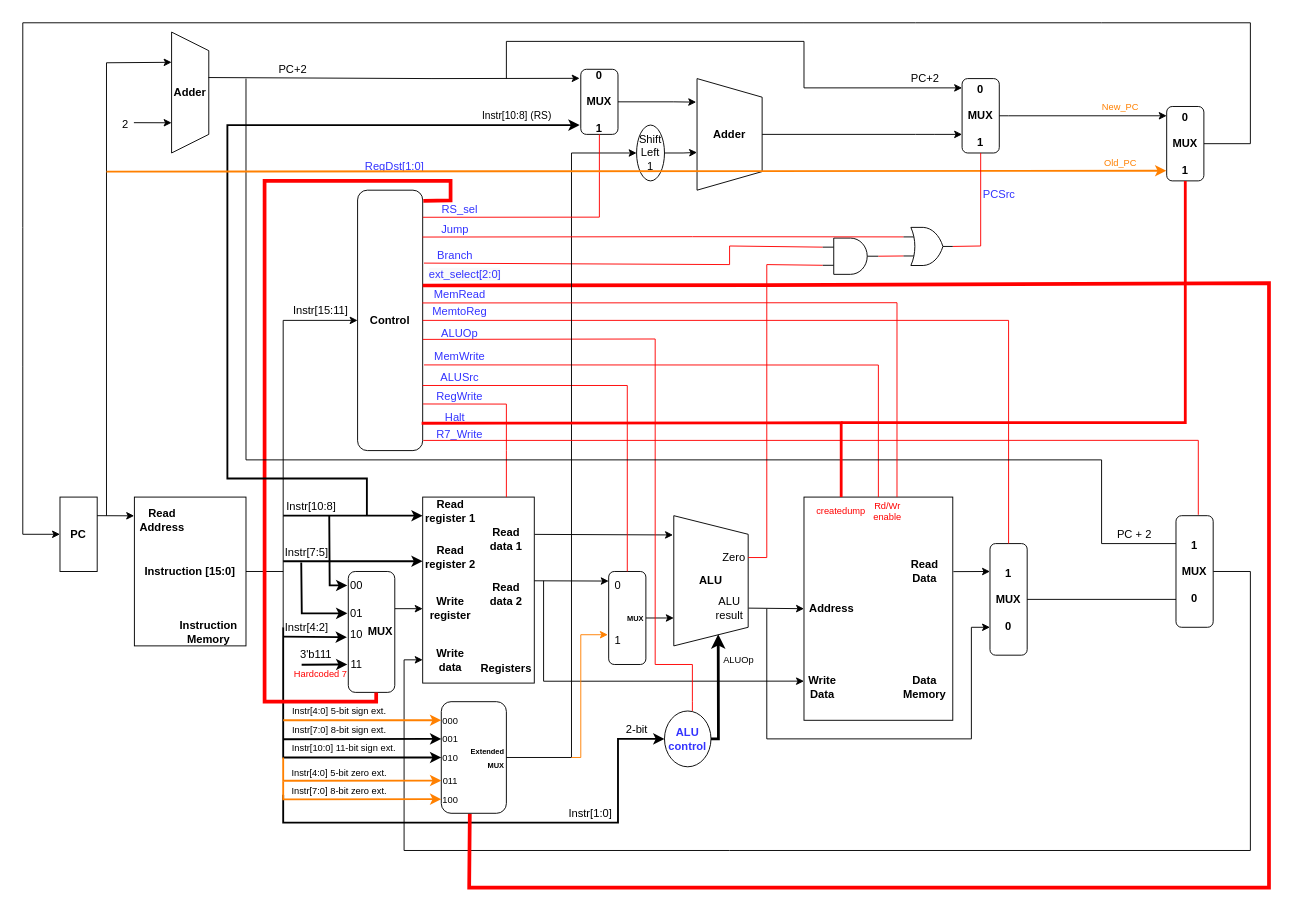
Before: WISC-SP22.drawio in joshmeiyb/ECE552, a draw.io diagram. Source tidied: cells renumbered, new cells numbered last; positions are measured from the earlier drawing's top-left corner, leaving out a move shared by most shapes. Both pictures are drawn from the tidied source at 93%, with x=0, y=0 at pixel (22, 22).
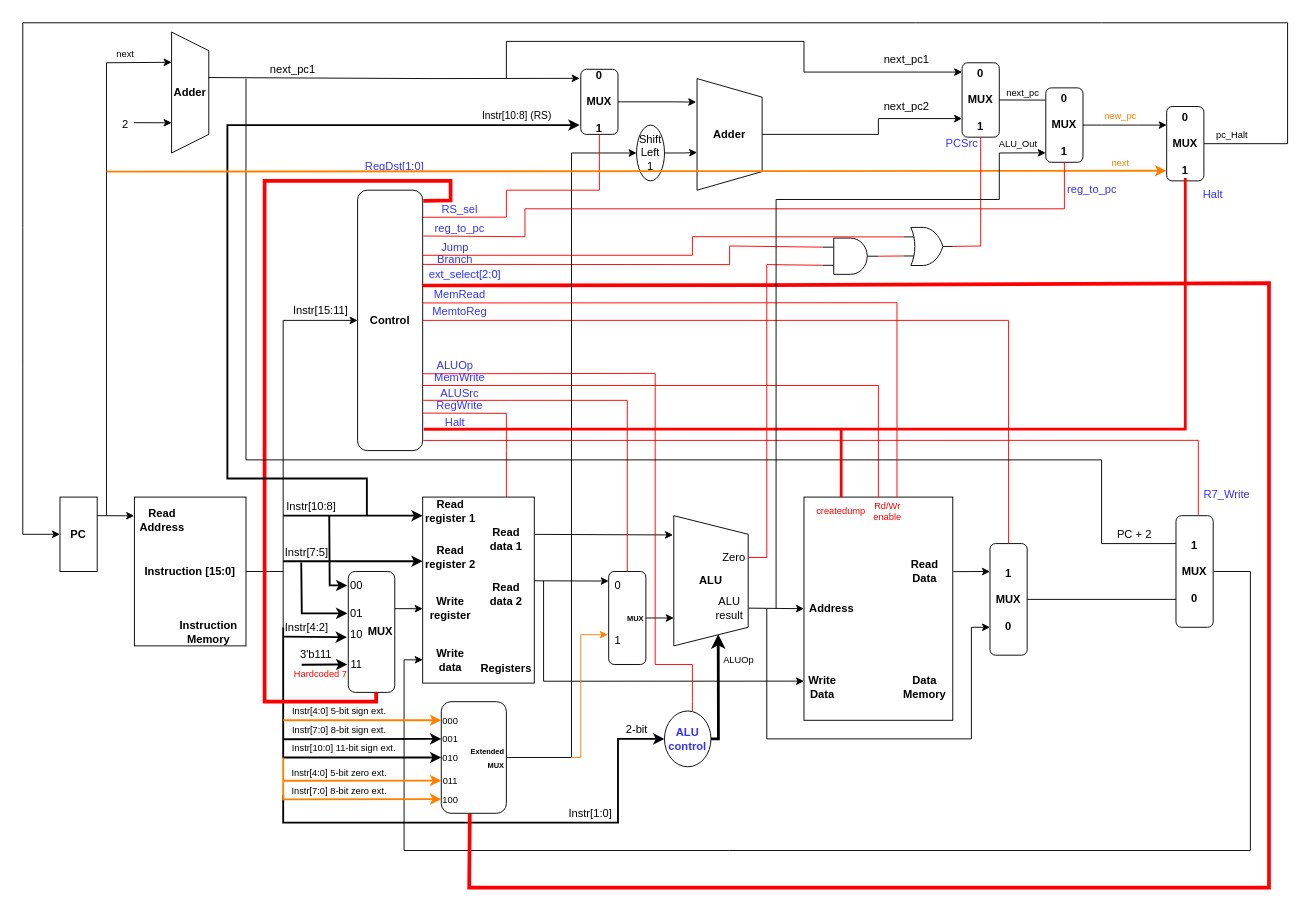
The same diagram, later.

The change refers to these unchanged cells:
```xml
<mxCell id="2" value="&lt;b&gt;PC&lt;/b&gt;" style="rounded=0;whiteSpace=wrap;html=1;" parent="1" vertex="1">
  <mxGeometry x="40" y="510" width="40" height="80" as="geometry" />
</mxCell>
<mxCell id="10" value="&lt;b&gt;Adder&lt;/b&gt;" style="shape=trapezoid;perimeter=trapezoidPerimeter;whiteSpace=wrap;html=1;fixedSize=1;direction=south;" parent="1" vertex="1">
  <mxGeometry x="725" y="60" width="70" height="120" as="geometry" />
</mxCell>
<mxCell id="13" style="rounded=0;whiteSpace=wrap;html=1;" parent="1" vertex="1">
  <mxGeometry x="430" y="510" width="120" height="200" as="geometry" />
</mxCell>
<mxCell id="34" value="&lt;div&gt;&lt;b&gt;&lt;font style=&quot;font-size: 8px&quot;&gt;MUX&lt;/font&gt;&lt;/b&gt;&lt;/div&gt;" style="rounded=1;whiteSpace=wrap;html=1;align=right;" parent="1" vertex="1">
  <mxGeometry x="630" y="590" width="40" height="100" as="geometry" />
</mxCell>
<mxCell id="38" style="rounded=0;whiteSpace=wrap;html=1;" parent="1" vertex="1">
  <mxGeometry x="840" y="510" width="160" height="240" as="geometry" />
</mxCell>
<mxCell id="64" style="verticalLabelPosition=bottom;shadow=0;dashed=0;align=center;html=1;verticalAlign=top;shape=mxgraph.electrical.logic_gates.logic_gate;operation=and;" parent="1" vertex="1">
  <mxGeometry x="860" y="231.5" width="60" height="39" as="geometry" />
</mxCell>
<mxCell id="67" value="&lt;b&gt;Control&lt;/b&gt;" style="rounded=1;whiteSpace=wrap;html=1;" parent="1" vertex="1">
  <mxGeometry x="360" y="180" width="70" height="280" as="geometry" />
</mxCell>
<mxCell id="104" value="&lt;b&gt;0&lt;br&gt;&lt;br&gt;MUX&lt;br&gt;&lt;br&gt;1&lt;/b&gt;" style="rounded=1;whiteSpace=wrap;html=1;" parent="1" vertex="1">
  <mxGeometry x="600" y="50" width="40" height="70" as="geometry" />
</mxCell>
<mxCell id="132" value="&lt;b&gt;0&lt;br&gt;&lt;br&gt;MUX&lt;br&gt;&lt;br&gt;1&lt;/b&gt;" style="rounded=1;whiteSpace=wrap;html=1;" parent="1" vertex="1">
  <mxGeometry x="1230" y="90" width="40" height="80" as="geometry" />
</mxCell>
<mxCell id="143" style="verticalLabelPosition=bottom;shadow=0;dashed=0;align=center;html=1;verticalAlign=top;shape=mxgraph.electrical.logic_gates.logic_gate;operation=or;fontSize=10;fontColor=#000000;" parent="1" vertex="1">
  <mxGeometry x="947" y="220" width="53" height="41" as="geometry" />
</mxCell>
```

What changed in the source:
```diff
@@
     <mxCell id="27" value="&lt;b&gt;0&lt;br&gt;&lt;br&gt;MUX&lt;br&gt;&lt;br&gt;1&lt;/b&gt;" style="rounded=1;whiteSpace=wrap;html=1;" parent="1" vertex="1">
-      <mxGeometry x="1010" y="60" width="40" height="80" as="geometry" />
+      <mxGeometry x="1010" y="43" width="40" height="80" as="geometry" />
     </mxCell>
     <mxCell id="28" style="endArrow=classic;html=1;rounded=0;entryX=0;entryY=0.125;entryDx=0;entryDy=0;entryPerimeter=0;" parent="1" edge="1" target="27">
       <mxGeometry relative="1" as="geometry">
         <mxPoint x="520" y="60" as="sourcePoint" />
         <Array as="points">
           <mxPoint x="520" y="20" />
           <mxPoint x="840" y="20" />
-          <mxPoint x="840" y="70" />
+          <mxPoint x="840" y="53" />
         </Array>
       </mxGeometry>
     </mxCell>
     <mxCell id="29" style="endArrow=classic;html=1;rounded=0;entryX=0;entryY=0.5;entryDx=0;entryDy=0;exitX=1;exitY=0.5;exitDx=0;exitDy=0;" parent="1" edge="1" source="132" target="2">
       <mxGeometry relative="1" as="geometry">
         <Array as="points">
-          <mxPoint x="1320" y="130" />
-          <mxPoint x="1320" />
+          <mxPoint x="1360" y="130" />
+          <mxPoint x="1360" />
           <mxPoint x="1160" />
           <mxPoint x="960" />
           <mxPoint x="840" />
           <mxPoint />
           <mxPoint y="220" />
           <mxPoint y="370" />
           <mxPoint y="550" />
         </Array>
       </mxGeometry>
     </mxCell>
@@
-    <mxCell id="66" style="endArrow=none;html=1;rounded=0;strokeColor=#FF0000;entryX=0;entryY=0.25;entryDx=0;entryDy=0;entryPerimeter=0;exitX=1.02;exitY=0.28;exitDx=0;exitDy=0;exitPerimeter=0;" parent="1" edge="1" source="67" target="64">
+    <mxCell id="66" style="endArrow=none;html=1;rounded=0;strokeColor=#FF0000;entryX=0;entryY=0.25;entryDx=0;entryDy=0;entryPerimeter=0;exitX=0.999;exitY=0.285;exitDx=0;exitDy=0;exitPerimeter=0;" parent="1" edge="1" source="67" target="64">
       <mxGeometry relative="1" as="geometry">
         <Array as="points">
           <mxPoint x="760" y="260" />
           <mxPoint x="760" y="240" />
         </Array>
       </mxGeometry>
     </mxCell>
@@
     <mxCell id="68" value="&lt;font color=&quot;#3333ff&quot;&gt;Branch&lt;/font&gt;" style="text;html=1;strokeColor=none;fillColor=none;align=center;verticalAlign=middle;whiteSpace=wrap;rounded=0;" parent="1" vertex="1">
-      <mxGeometry x="435" y="241" width="60" height="20" as="geometry" />
+      <mxGeometry x="435" y="245" width="60" height="20" as="geometry" />
     </mxCell>
@@
     <mxCell id="70" value="&lt;font color=&quot;#3333ff&quot;&gt;ALUOp&lt;/font&gt;" style="text;html=1;strokeColor=none;fillColor=none;align=center;verticalAlign=middle;whiteSpace=wrap;rounded=0;" parent="1" vertex="1">
-      <mxGeometry x="440" y="319" width="60" height="30" as="geometry" />
+      <mxGeometry x="435" y="354" width="60" height="30" as="geometry" />
     </mxCell>
-    <mxCell id="71" style="endArrow=none;html=1;rounded=0;strokeColor=#FF0000;exitX=1.002;exitY=0.573;exitDx=0;exitDy=0;exitPerimeter=0;" parent="1" edge="1" source="67">
+    <mxCell id="71" style="endArrow=none;html=1;rounded=0;strokeColor=#FF0000;exitX=1.005;exitY=0.705;exitDx=0;exitDy=0;exitPerimeter=0;" parent="1" edge="1" source="67">
       <mxGeometry relative="1" as="geometry">
         <mxPoint x="720" y="740" as="targetPoint" />
         <Array as="points">
-          <mxPoint x="680" y="340" />
+          <mxPoint x="680" y="377" />
           <mxPoint x="680" y="690" />
           <mxPoint x="720" y="690" />
           <mxPoint x="720" y="730" />
         </Array>
       </mxGeometry>
     </mxCell>
     <mxCell id="72" value="&lt;font color=&quot;#3333ff&quot;&gt;MemWrite&lt;/font&gt;" style="text;html=1;strokeColor=none;fillColor=none;align=center;verticalAlign=middle;whiteSpace=wrap;rounded=0;" parent="1" vertex="1">
-      <mxGeometry x="440" y="344" width="60" height="30" as="geometry" />
+      <mxGeometry x="440" y="367" width="60" height="30" as="geometry" />
     </mxCell>
-    <mxCell id="73" style="endArrow=none;html=1;rounded=0;strokeColor=#FF0000;entryX=0.5;entryY=0;entryDx=0;entryDy=0;exitX=1.021;exitY=0.671;exitDx=0;exitDy=0;exitPerimeter=0;" parent="1" edge="1" source="67" target="38">
+    <mxCell id="73" style="endArrow=none;html=1;rounded=0;strokeColor=#FF0000;entryX=0.5;entryY=0;entryDx=0;entryDy=0;exitX=1;exitY=0.75;exitDx=0;exitDy=0;" parent="1" edge="1" source="67" target="38">
       <mxGeometry relative="1" as="geometry">
         <Array as="points">
-          <mxPoint x="920" y="368" />
+          <mxPoint x="920" y="390" />
         </Array>
       </mxGeometry>
     </mxCell>
     <mxCell id="74" value="&lt;font color=&quot;#3333ff&quot;&gt;ALUSrc&lt;/font&gt;" style="text;html=1;strokeColor=none;fillColor=none;align=center;verticalAlign=middle;whiteSpace=wrap;rounded=0;" parent="1" vertex="1">
-      <mxGeometry x="440" y="367" width="60" height="30" as="geometry" />
+      <mxGeometry x="440" y="384" width="60" height="30" as="geometry" />
     </mxCell>
-    <mxCell id="75" style="endArrow=none;html=1;rounded=0;strokeColor=#FF0000;exitX=1;exitY=0.75;exitDx=0;exitDy=0;entryX=0.5;entryY=0;entryDx=0;entryDy=0;strokeWidth=1;" parent="1" edge="1" source="67" target="34">
+    <mxCell id="75" style="endArrow=none;html=1;rounded=0;strokeColor=#FF0000;exitX=1.01;exitY=0.807;exitDx=0;exitDy=0;entryX=0.5;entryY=0;entryDx=0;entryDy=0;strokeWidth=1;exitPerimeter=0;" parent="1" edge="1" source="67" target="34">
       <mxGeometry relative="1" as="geometry">
         <Array as="points">
-          <mxPoint x="650" y="390" />
+          <mxPoint x="650" y="406" />
         </Array>
       </mxGeometry>
     </mxCell>
-    <mxCell id="76" style="endArrow=none;html=1;rounded=0;strokeColor=#FF0000;exitX=1.006;exitY=0.821;exitDx=0;exitDy=0;exitPerimeter=0;entryX=0.75;entryY=0;entryDx=0;entryDy=0;" parent="1" edge="1" source="67" target="13">
+    <mxCell id="76" style="endArrow=none;html=1;rounded=0;strokeColor=#FF0000;exitX=1.006;exitY=0.856;exitDx=0;exitDy=0;exitPerimeter=0;entryX=0.75;entryY=0;entryDx=0;entryDy=0;" parent="1" edge="1" source="67" target="13">
       <mxGeometry relative="1" as="geometry">
         <Array as="points">
-          <mxPoint x="520" y="410" />
+          <mxPoint x="520" y="420" />
           <mxPoint x="520" y="460" />
         </Array>
       </mxGeometry>
     </mxCell>
     <mxCell id="77" value="&lt;font color=&quot;#3333ff&quot;&gt;RegWrite&lt;/font&gt;" style="text;html=1;strokeColor=none;fillColor=none;align=center;verticalAlign=middle;whiteSpace=wrap;rounded=0;" parent="1" vertex="1">
-      <mxGeometry x="440" y="387" width="60" height="30" as="geometry" />
+      <mxGeometry x="440" y="397" width="60" height="30" as="geometry" />
     </mxCell>
@@
     <mxCell id="80" value="&lt;font color=&quot;#3333ff&quot;&gt;PCSrc&lt;/font&gt;" style="text;html=1;strokeColor=none;fillColor=none;align=center;verticalAlign=middle;whiteSpace=wrap;rounded=0;" parent="1" vertex="1">
-      <mxGeometry x="1020" y="170" width="60" height="30" as="geometry" />
+      <mxGeometry x="980" y="115" width="60" height="30" as="geometry" />
     </mxCell>
@@
     <mxCell id="89" value="&lt;font color=&quot;#3333ff&quot;&gt;Halt&lt;/font&gt;" style="text;html=1;strokeColor=none;fillColor=none;align=center;verticalAlign=middle;whiteSpace=wrap;rounded=0;" parent="1" vertex="1">
-      <mxGeometry x="435" y="410" width="60" height="30" as="geometry" />
+      <mxGeometry x="435" y="415" width="60" height="30" as="geometry" />
     </mxCell>
-    <mxCell id="90" style="endArrow=none;html=1;rounded=0;strokeColor=#000000;exitX=1;exitY=0.5;exitDx=0;exitDy=0;" parent="1" edge="1" source="27">
-      <mxGeometry relative="1" as="geometry">
-        <mxPoint x="1060" y="100" as="targetPoint" />
-      </mxGeometry>
-    </mxCell>
@@
     <mxCell id="102" value="&lt;font color=&quot;#3333ff&quot;&gt;R7_Write&lt;/font&gt;" style="text;html=1;strokeColor=none;fillColor=none;align=center;verticalAlign=middle;whiteSpace=wrap;rounded=0;" parent="1" vertex="1">
-      <mxGeometry x="440" y="430" width="60" height="26" as="geometry" />
+      <mxGeometry x="1265" y="494" width="60" height="26" as="geometry" />
     </mxCell>
@@
     <mxCell id="107" style="endArrow=none;html=1;rounded=0;fontColor=#000000;strokeColor=#FF0000;strokeWidth=1;exitX=1.002;exitY=0.104;exitDx=0;exitDy=0;exitPerimeter=0;entryX=0.5;entryY=1;entryDx=0;entryDy=0;" parent="1" edge="1" source="67" target="104">
       <mxGeometry relative="1" as="geometry">
         <Array as="points">
-          <mxPoint x="620" y="209" />
+          <mxPoint x="520" y="209" />
+          <mxPoint x="520" y="180" />
+          <mxPoint x="620" y="180" />
         </Array>
       </mxGeometry>
     </mxCell>
@@
-    <mxCell id="110" value="PC+2" style="text;html=1;align=center;verticalAlign=middle;strokeColor=none;fillColor=none;" parent="1" vertex="1">
-      <mxGeometry x="265" y="40" width="50" height="20" as="geometry" />
+    <mxCell id="110" value="next_pc1" style="text;html=1;align=center;verticalAlign=middle;strokeColor=none;fillColor=none;" parent="1" vertex="1">
+      <mxGeometry x="260" y="40" width="60" height="20" as="geometry" />
     </mxCell>
     <mxCell id="111" style="endArrow=classic;html=1;rounded=0;exitX=0.5;exitY=0;exitDx=0;exitDy=0;entryX=0;entryY=0.75;entryDx=0;entryDy=0;" parent="1" edge="1" source="10" target="27">
       <mxGeometry relative="1" as="geometry">
         <Array as="points">
-          <mxPoint x="960" y="120" />
-          <mxPoint x="980" y="120" />
+          <mxPoint x="920" y="120" />
+          <mxPoint x="920" y="103" />
         </Array>
       </mxGeometry>
     </mxCell>
     <mxCell id="112" value="&lt;font color=&quot;#3333ff&quot;&gt;Jump&lt;/font&gt;" style="text;html=1;strokeColor=none;fillColor=none;align=center;verticalAlign=middle;whiteSpace=wrap;rounded=0;" parent="1" vertex="1">
-      <mxGeometry x="435" y="212" width="60" height="20" as="geometry" />
+      <mxGeometry x="435" y="232" width="60" height="20" as="geometry" />
     </mxCell>
@@
-    <mxCell id="130" style="endArrow=none;html=1;rounded=0;fontSize=10;fontColor=#FF0000;strokeColor=#FF0000;strokeWidth=3;entryX=0.984;entryY=0.895;entryDx=0;entryDy=0;entryPerimeter=0;exitX=0.25;exitY=0;exitDx=0;exitDy=0;" parent="1" edge="1" source="38" target="67">
+    <mxCell id="130" style="endArrow=none;html=1;rounded=0;fontSize=10;fontColor=#FF0000;strokeColor=#FF0000;strokeWidth=3;entryX=1.017;entryY=0.918;entryDx=0;entryDy=0;entryPerimeter=0;exitX=0.25;exitY=0;exitDx=0;exitDy=0;" parent="1" edge="1" source="38" target="67">
       <mxGeometry relative="1" as="geometry">
         <Array as="points">
-          <mxPoint x="880" y="430" />
+          <mxPoint x="880" y="437" />
         </Array>
       </mxGeometry>
     </mxCell>
@@
-    <mxCell id="133" style="endArrow=none;html=1;rounded=0;fontSize=10;fontColor=#FF0000;strokeColor=#FF0000;strokeWidth=3;entryX=0.5;entryY=1;entryDx=0;entryDy=0;" parent="1" edge="1" target="132">
+    <mxCell id="133" style="endArrow=none;html=1;rounded=0;fontSize=10;fontColor=#FF0000;strokeColor=#FF0000;strokeWidth=3;entryX=0.5;entryY=1;entryDx=0;entryDy=0;" parent="1" edge="1">
       <mxGeometry relative="1" as="geometry">
-        <mxPoint x="880" y="430" as="sourcePoint" />
+        <mxPoint x="880" y="437" as="sourcePoint" />
+        <mxPoint x="1250" y="167" as="targetPoint" />
         <Array as="points">
-          <mxPoint x="1250" y="430" />
+          <mxPoint x="1250" y="437" />
         </Array>
       </mxGeometry>
     </mxCell>
-    <mxCell id="134" style="endArrow=classic;html=1;rounded=0;fontSize=10;fontColor=#FF0000;strokeColor=#000000;strokeWidth=1;" parent="1" edge="1">
+    <mxCell id="134" style="endArrow=classic;html=1;rounded=0;fontSize=10;fontColor=#FF0000;strokeColor=#000000;strokeWidth=1;exitX=1;exitY=0.5;exitDx=0;exitDy=0;entryX=0;entryY=0.25;entryDx=0;entryDy=0;" parent="1" edge="1" source="148" target="132">
       <mxGeometry relative="1" as="geometry">
-        <mxPoint x="1060" y="100" as="sourcePoint" />
-        <mxPoint x="1230" y="100" as="targetPoint" />
+        <Array as="points">
+          <mxPoint x="1160" y="110" />
+          <mxPoint x="1200" y="110" />
+        </Array>
       </mxGeometry>
     </mxCell>
-    <mxCell id="135" value="PC+2" style="text;html=1;align=center;verticalAlign=middle;strokeColor=none;fillColor=none;" parent="1" vertex="1">
-      <mxGeometry x="945" y="50" width="50" height="20" as="geometry" />
-    </mxCell>
@@
-    <mxCell id="137" value="&lt;font color=&quot;#ff8000&quot;&gt;Old_PC&lt;/font&gt;" style="text;html=1;align=center;verticalAlign=middle;strokeColor=none;fillColor=none;fontSize=10;fontColor=#FF0000;" parent="1" vertex="1">
-      <mxGeometry x="1155" y="140" width="50" height="20" as="geometry" />
+    <mxCell id="137" value="&lt;font color=&quot;#ff8000&quot;&gt;next&lt;/font&gt;" style="text;html=1;align=center;verticalAlign=middle;strokeColor=none;fillColor=none;fontSize=10;fontColor=#FF0000;" parent="1" vertex="1">
+      <mxGeometry x="1165" y="140" width="30" height="20" as="geometry" />
     </mxCell>
-    <mxCell id="138" value="&lt;font color=&quot;#ff8000&quot;&gt;New_PC&lt;/font&gt;" style="text;html=1;align=center;verticalAlign=middle;strokeColor=none;fillColor=none;fontSize=10;fontColor=#FF0000;" parent="1" vertex="1">
-      <mxGeometry x="1155" y="80" width="50" height="20" as="geometry" />
+    <mxCell id="138" value="&lt;font color=&quot;#ff8000&quot;&gt;new_pc&lt;/font&gt;" style="text;html=1;align=center;verticalAlign=middle;strokeColor=none;fillColor=none;fontSize=10;fontColor=#FF0000;" parent="1" vertex="1">
+      <mxGeometry x="1155" y="90" width="50" height="20" as="geometry" />
     </mxCell>
@@
-    <mxCell id="140" style="endArrow=none;html=1;rounded=0;fontSize=10;fontColor=#FF8000;strokeColor=#FF0000;strokeWidth=1;exitX=0.998;exitY=0.18;exitDx=0;exitDy=0;exitPerimeter=0;entryX=0;entryY=0.25;entryDx=0;entryDy=0;entryPerimeter=0;" parent="1" edge="1" source="67" target="143">
+    <mxCell id="140" style="endArrow=none;html=1;rounded=0;fontSize=10;fontColor=#FF8000;strokeColor=#FF0000;strokeWidth=1;exitX=1;exitY=0.25;exitDx=0;exitDy=0;entryX=0;entryY=0.25;entryDx=0;entryDy=0;entryPerimeter=0;" parent="1" edge="1" source="67" target="143">
       <mxGeometry relative="1" as="geometry">
         <Array as="points">
+          <mxPoint x="720" y="250" />
           <mxPoint x="720" y="230" />
         </Array>
       </mxGeometry>
     </mxCell>
@@
+    <mxCell id="144" value="next_pc1" style="text;html=1;align=center;verticalAlign=middle;strokeColor=none;fillColor=none;" parent="1" vertex="1">
+      <mxGeometry x="920" y="30" width="60" height="20" as="geometry" />
+    </mxCell>
+    <mxCell id="145" value="next_pc2" style="text;html=1;align=center;verticalAlign=middle;strokeColor=none;fillColor=none;" parent="1" vertex="1">
+      <mxGeometry x="920" y="80" width="60" height="20" as="geometry" />
+    </mxCell>
+    <mxCell id="146" value="pc_Halt" style="text;html=1;align=center;verticalAlign=middle;strokeColor=none;fillColor=none;fontSize=10;fontColor=#000000;" parent="1" vertex="1">
+      <mxGeometry x="1275" y="110" width="50" height="20" as="geometry" />
+    </mxCell>
+    <mxCell id="147" value="next" style="text;html=1;align=center;verticalAlign=middle;strokeColor=none;fillColor=none;fontSize=10;fontColor=#000000;" parent="1" vertex="1">
+      <mxGeometry x="95" y="23" width="30" height="20" as="geometry" />
+    </mxCell>
+    <mxCell id="148" value="&lt;b&gt;0&lt;br&gt;&lt;br&gt;MUX&lt;br&gt;&lt;br&gt;1&lt;/b&gt;" style="rounded=1;whiteSpace=wrap;html=1;" parent="1" vertex="1">
+      <mxGeometry x="1100" y="70" width="40" height="80" as="geometry" />
+    </mxCell>
+    <mxCell id="149" value="&lt;font color=&quot;#3333ff&quot;&gt;reg_to_pc&lt;/font&gt;" style="text;html=1;strokeColor=none;fillColor=none;align=center;verticalAlign=middle;whiteSpace=wrap;rounded=0;" parent="1" vertex="1">
+      <mxGeometry x="440" y="211" width="60" height="20" as="geometry" />
+    </mxCell>
+    <mxCell id="150" style="endArrow=none;html=1;rounded=0;fontSize=10;fontColor=#FF8000;strokeColor=#FF0000;strokeWidth=1;exitX=1.011;exitY=0.176;exitDx=0;exitDy=0;entryX=0.5;entryY=1;entryDx=0;entryDy=0;exitPerimeter=0;" parent="1" edge="1" source="67" target="148">
+      <mxGeometry relative="1" as="geometry">
+        <Array as="points">
+          <mxPoint x="540" y="230" />
+          <mxPoint x="540" y="200" />
+          <mxPoint x="1120" y="200" />
+        </Array>
+      </mxGeometry>
+    </mxCell>
+    <mxCell id="151" style="endArrow=classic;html=1;rounded=0;fontSize=10;fontColor=#FF8000;strokeColor=#000000;strokeWidth=1;entryX=-0.003;entryY=0.873;entryDx=0;entryDy=0;entryPerimeter=0;" parent="1" edge="1" target="148">
+      <mxGeometry relative="1" as="geometry">
+        <mxPoint x="810" y="630" as="sourcePoint" />
+        <Array as="points">
+          <mxPoint x="810" y="190" />
+          <mxPoint x="1050" y="190" />
+          <mxPoint x="1050" y="140" />
+        </Array>
+      </mxGeometry>
+    </mxCell>
+    <mxCell id="152" style="endArrow=none;html=1;rounded=0;fontSize=10;fontColor=#FF8000;strokeColor=#000000;strokeWidth=1;exitX=1;exitY=0.5;exitDx=0;exitDy=0;entryX=-0.01;entryY=0.164;entryDx=0;entryDy=0;entryPerimeter=0;" parent="1" edge="1" source="27" target="148">
+      <mxGeometry relative="1" as="geometry" />
+    </mxCell>
+    <mxCell id="153" value="&lt;font color=&quot;#000000&quot;&gt;ALU_Out&lt;/font&gt;" style="text;html=1;align=center;verticalAlign=middle;strokeColor=none;fillColor=none;fontSize=10;fontColor=#FF8000;" parent="1" vertex="1">
+      <mxGeometry x="1040" y="120" width="60" height="20" as="geometry" />
+    </mxCell>
+    <mxCell id="154" value="&lt;font color=&quot;#3333ff&quot;&gt;reg_to_pc&lt;/font&gt;" style="text;html=1;strokeColor=none;fillColor=none;align=center;verticalAlign=middle;whiteSpace=wrap;rounded=0;" parent="1" vertex="1">
+      <mxGeometry x="1120" y="170" width="60" height="20" as="geometry" />
+    </mxCell>
+    <mxCell id="155" value="next_pc" style="text;html=1;align=center;verticalAlign=middle;strokeColor=none;fillColor=none;fontSize=10;fontColor=#000000;" parent="1" vertex="1">
+      <mxGeometry x="1050" y="65" width="50" height="20" as="geometry" />
+    </mxCell>
+    <mxCell id="156" value="&lt;font color=&quot;#3333ff&quot;&gt;Halt&lt;/font&gt;" style="text;html=1;strokeColor=none;fillColor=none;align=center;verticalAlign=middle;whiteSpace=wrap;rounded=0;" parent="1" vertex="1">
+      <mxGeometry x="1250" y="170" width="60" height="30" as="geometry" />
+    </mxCell>
```
